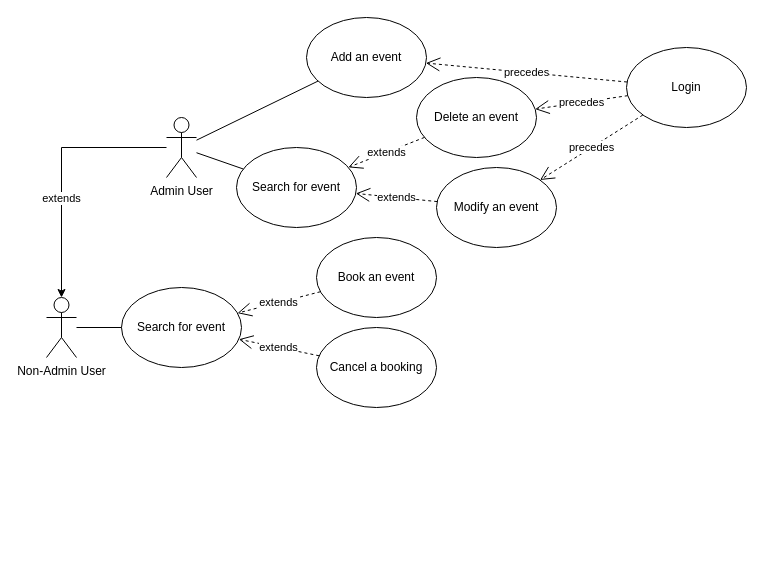
The draw.io diagram MusicVenueUseCaseDiagram.drawio in olliegroth/Object-Oriented-Design-And-Development, before the edit. Source tidied: cells renumbered, new cells numbered last; positions are measured from the earlier drawing's top-left corner, leaving out a move shared by most shapes. Both pictures are drawn from the tidied source at 100%, with x=0, y=0 at pixel (46, 17).
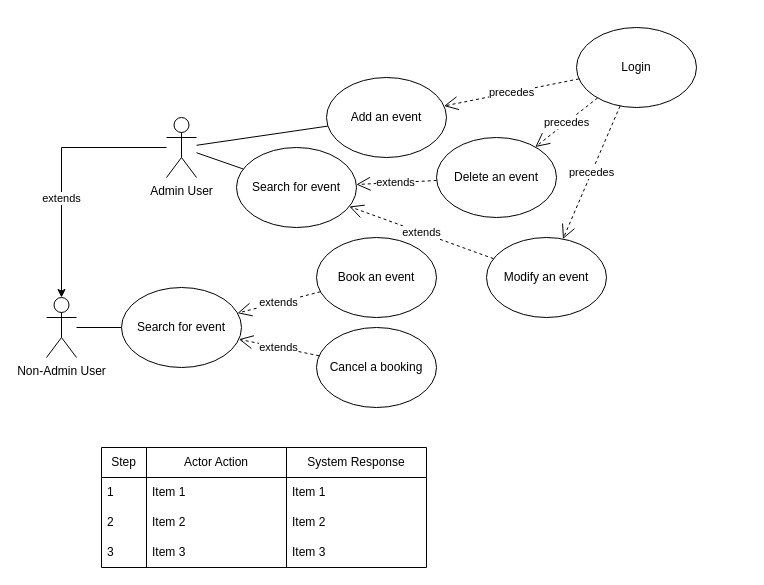
After the change.

The edit, as a diff of the source:
```diff
@@
     <mxCell id="6" value="Modify an event" style="ellipse;whiteSpace=wrap;html=1;" parent="1" vertex="1">
-      <mxGeometry x="390" y="150" width="120" height="80" as="geometry" />
+      <mxGeometry x="440" y="220" width="120" height="80" as="geometry" />
     </mxCell>
@@
     <mxCell id="8" value="Delete an event" style="ellipse;whiteSpace=wrap;html=1;" parent="1" vertex="1">
-      <mxGeometry x="370" y="60" width="120" height="80" as="geometry" />
+      <mxGeometry x="390" y="120" width="120" height="80" as="geometry" />
     </mxCell>
     <mxCell id="9" value="Add an event" style="ellipse;whiteSpace=wrap;html=1;" parent="1" vertex="1">
-      <mxGeometry x="260" width="120" height="80" as="geometry" />
+      <mxGeometry x="280" y="60" width="120" height="80" as="geometry" />
     </mxCell>
@@
     <mxCell id="11" value="Login" style="ellipse;whiteSpace=wrap;html=1;" parent="1" vertex="1">
-      <mxGeometry x="580" y="30" width="120" height="80" as="geometry" />
+      <mxGeometry x="530" y="10" width="120" height="80" as="geometry" />
     </mxCell>
@@
+    <mxCell id="23" value="Step" style="swimlane;fontStyle=0;horizontal=1;startSize=30;whiteSpace=wrap;html=1;" parent="1" vertex="1">
+      <mxGeometry x="55" y="430" width="45" height="120" as="geometry" />
+    </mxCell>
+    <mxCell id="24" value="1" style="text;strokeColor=none;fillColor=none;align=left;verticalAlign=middle;spacingLeft=4;spacingRight=4;overflow=hidden;whiteSpace=wrap;html=1;" parent="23" vertex="1">
+      <mxGeometry y="30" width="45" height="30" as="geometry" />
+    </mxCell>
+    <mxCell id="25" value="2" style="text;strokeColor=none;fillColor=none;align=left;verticalAlign=middle;spacingLeft=4;spacingRight=4;overflow=hidden;whiteSpace=wrap;html=1;" parent="23" vertex="1">
+      <mxGeometry y="60" width="45" height="30" as="geometry" />
+    </mxCell>
+    <mxCell id="26" value="3" style="text;strokeColor=none;fillColor=none;align=left;verticalAlign=middle;spacingLeft=4;spacingRight=4;overflow=hidden;whiteSpace=wrap;html=1;" parent="23" vertex="1">
+      <mxGeometry y="90" width="45" height="30" as="geometry" />
+    </mxCell>
+    <mxCell id="27" value="System Response" style="swimlane;fontStyle=0;horizontal=1;startSize=30;whiteSpace=wrap;html=1;" parent="1" vertex="1">
+      <mxGeometry x="240" y="430" width="140" height="120" as="geometry" />
+    </mxCell>
+    <mxCell id="28" value="Item 1" style="text;strokeColor=none;fillColor=none;align=left;verticalAlign=middle;spacingLeft=4;spacingRight=4;overflow=hidden;whiteSpace=wrap;html=1;" parent="27" vertex="1">
+      <mxGeometry y="30" width="140" height="30" as="geometry" />
+    </mxCell>
+    <mxCell id="29" value="Item 2" style="text;strokeColor=none;fillColor=none;align=left;verticalAlign=middle;spacingLeft=4;spacingRight=4;overflow=hidden;whiteSpace=wrap;html=1;" parent="27" vertex="1">
+      <mxGeometry y="60" width="140" height="30" as="geometry" />
+    </mxCell>
+    <mxCell id="30" value="Item 3" style="text;strokeColor=none;fillColor=none;align=left;verticalAlign=middle;spacingLeft=4;spacingRight=4;overflow=hidden;whiteSpace=wrap;html=1;" parent="27" vertex="1">
+      <mxGeometry y="90" width="140" height="30" as="geometry" />
+    </mxCell>
+    <mxCell id="31" value="Actor Action" style="swimlane;fontStyle=0;horizontal=1;startSize=30;whiteSpace=wrap;html=1;" parent="1" vertex="1">
+      <mxGeometry x="100" y="430" width="140" height="120" as="geometry" />
+    </mxCell>
+    <mxCell id="32" value="Item 1" style="text;strokeColor=none;fillColor=none;align=left;verticalAlign=middle;spacingLeft=4;spacingRight=4;overflow=hidden;whiteSpace=wrap;html=1;" parent="31" vertex="1">
+      <mxGeometry y="30" width="140" height="30" as="geometry" />
+    </mxCell>
+    <mxCell id="33" value="Item 2" style="text;strokeColor=none;fillColor=none;align=left;verticalAlign=middle;spacingLeft=4;spacingRight=4;overflow=hidden;whiteSpace=wrap;html=1;" parent="31" vertex="1">
+      <mxGeometry y="60" width="140" height="30" as="geometry" />
+    </mxCell>
+    <mxCell id="34" value="Item 3" style="text;strokeColor=none;fillColor=none;align=left;verticalAlign=middle;spacingLeft=4;spacingRight=4;overflow=hidden;whiteSpace=wrap;html=1;" parent="31" vertex="1">
+      <mxGeometry y="90" width="140" height="30" as="geometry" />
+    </mxCell>
```
